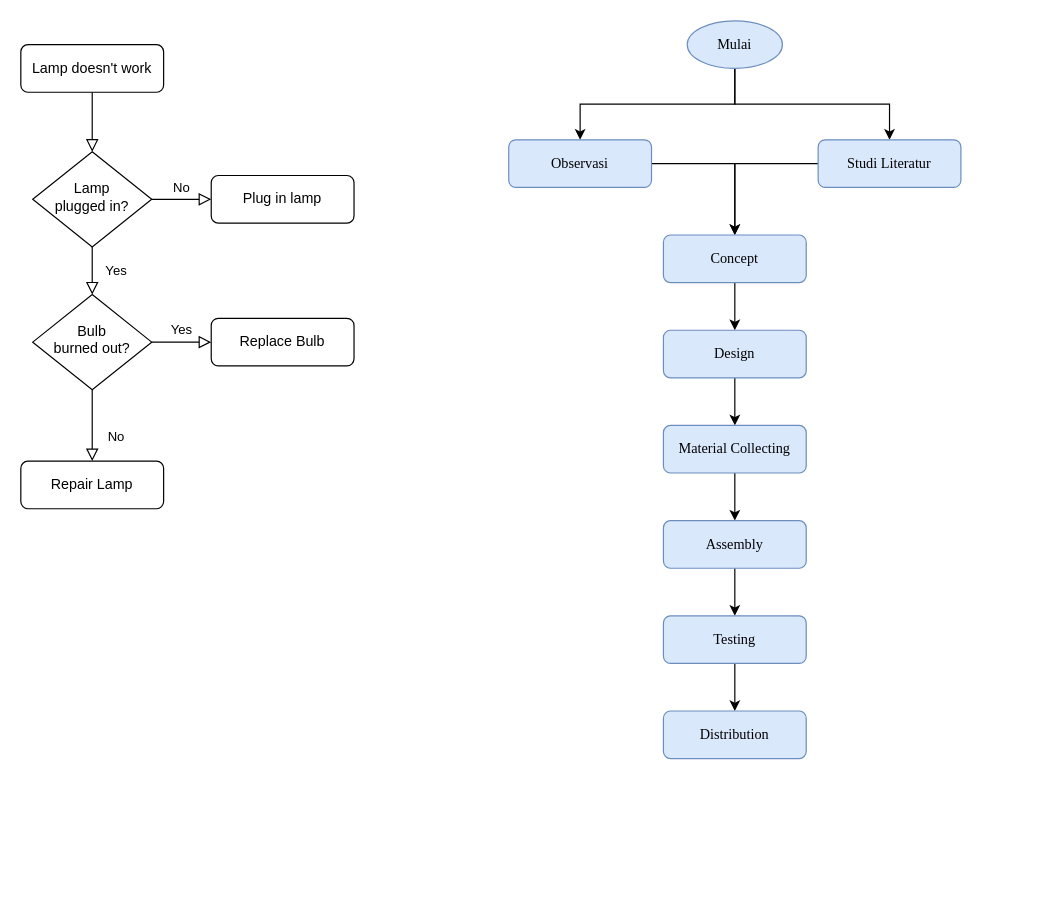
alfatihart/vt-math keeps this draw.io diagram as Untitled Diagram.drawio. Above is the earlier version. Source tidied: cells renumbered, new cells numbered last; positions are measured from the earlier drawing's top-left corner, leaving out a move shared by most shapes. Both pictures are drawn from the tidied source at 119%, with x=0, y=0 at pixel (20, 20).
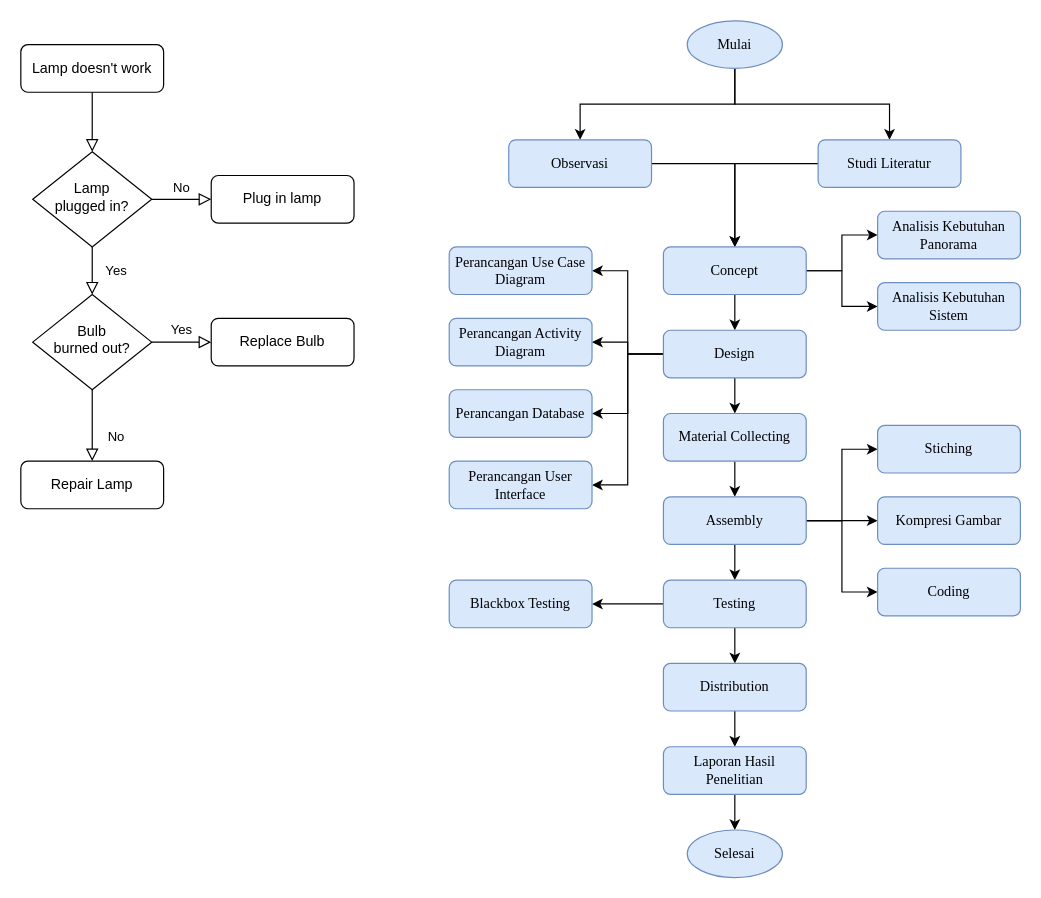
Above is the later version.

The change refers to these unchanged cells:
```xml
<mxCell id="23" value="Design" style="rounded=1;whiteSpace=wrap;html=1;fillColor=#dae8fc;strokeColor=#6c8ebf;fontFamily=Times New Roman;" parent="1" vertex="1">
  <mxGeometry x="540" y="260" width="120" height="40" as="geometry" />
</mxCell>
```

The edit, as a diff of the source:
```diff
@@
+    <mxCell id="31" style="edgeStyle=orthogonalEdgeStyle;rounded=0;jettySize=auto;html=1;exitX=1;exitY=0.5;exitDx=0;exitDy=0;entryX=0;entryY=0.5;entryDx=0;entryDy=0;" parent="1" edge="1" source="21" target="50">
+      <mxGeometry relative="1" as="geometry" />
+    </mxCell>
+    <mxCell id="32" style="edgeStyle=orthogonalEdgeStyle;rounded=0;jettySize=auto;html=1;exitX=1;exitY=0.5;exitDx=0;exitDy=0;entryX=0;entryY=0.5;entryDx=0;entryDy=0;" parent="1" edge="1" source="21" target="51">
+      <mxGeometry relative="1" as="geometry" />
+    </mxCell>
     <mxCell id="21" value="Concept" style="rounded=1;whiteSpace=wrap;html=1;fillColor=#dae8fc;strokeColor=#6c8ebf;fontFamily=Times New Roman;" parent="1" vertex="1">
-      <mxGeometry x="540" y="180" width="120" height="40" as="geometry" />
+      <mxGeometry x="540" y="190" width="120" height="40" as="geometry" />
     </mxCell>
@@
+    <mxCell id="33" style="edgeStyle=orthogonalEdgeStyle;rounded=0;jettySize=auto;html=1;exitX=0;exitY=0.5;exitDx=0;exitDy=0;entryX=1;entryY=0.5;entryDx=0;entryDy=0;" parent="1" edge="1" source="23" target="48">
+      <mxGeometry relative="1" as="geometry" />
+    </mxCell>
+    <mxCell id="34" style="edgeStyle=orthogonalEdgeStyle;rounded=0;jettySize=auto;html=1;exitX=0;exitY=0.5;exitDx=0;exitDy=0;entryX=1;entryY=0.5;entryDx=0;entryDy=0;" parent="1" edge="1" source="23" target="47">
+      <mxGeometry relative="1" as="geometry" />
+    </mxCell>
+    <mxCell id="35" style="edgeStyle=orthogonalEdgeStyle;rounded=0;jettySize=auto;html=1;exitX=0;exitY=0.5;exitDx=0;exitDy=0;entryX=1;entryY=0.5;entryDx=0;entryDy=0;" parent="1" edge="1" source="23" target="46">
+      <mxGeometry relative="1" as="geometry" />
+    </mxCell>
+    <mxCell id="36" style="edgeStyle=orthogonalEdgeStyle;rounded=0;jettySize=auto;html=1;exitX=0;exitY=0.5;exitDx=0;exitDy=0;entryX=1;entryY=0.5;entryDx=0;entryDy=0;" parent="1" edge="1" source="23" target="45">
+      <mxGeometry relative="1" as="geometry" />
+    </mxCell>
@@
     <mxCell id="25" value="Material Collecting" style="rounded=1;whiteSpace=wrap;html=1;fillColor=#dae8fc;strokeColor=#6c8ebf;fontFamily=Times New Roman;" parent="1" vertex="1">
-      <mxGeometry x="540" y="340" width="120" height="40" as="geometry" />
+      <mxGeometry x="540" y="330" width="120" height="40" as="geometry" />
     </mxCell>
@@
+    <mxCell id="37" style="edgeStyle=orthogonalEdgeStyle;rounded=0;jettySize=auto;html=1;exitX=1;exitY=0.5;exitDx=0;exitDy=0;entryX=0;entryY=0.5;entryDx=0;entryDy=0;" parent="1" edge="1" source="27" target="52">
+      <mxGeometry relative="1" as="geometry" />
+    </mxCell>
+    <mxCell id="38" style="edgeStyle=orthogonalEdgeStyle;rounded=0;jettySize=auto;html=1;exitX=1;exitY=0.5;exitDx=0;exitDy=0;entryX=0;entryY=0.5;entryDx=0;entryDy=0;" parent="1" edge="1" source="27" target="53">
+      <mxGeometry relative="1" as="geometry" />
+    </mxCell>
+    <mxCell id="39" style="edgeStyle=orthogonalEdgeStyle;rounded=0;jettySize=auto;html=1;exitX=1;exitY=0.5;exitDx=0;exitDy=0;entryX=0;entryY=0.5;entryDx=0;entryDy=0;" parent="1" edge="1" source="27" target="54">
+      <mxGeometry relative="1" as="geometry" />
+    </mxCell>
     <mxCell id="27" value="Assembly" style="rounded=1;whiteSpace=wrap;html=1;fillColor=#dae8fc;strokeColor=#6c8ebf;fontFamily=Times New Roman;" parent="1" vertex="1">
-      <mxGeometry x="540" y="420" width="120" height="40" as="geometry" />
+      <mxGeometry x="540" y="400" width="120" height="40" as="geometry" />
     </mxCell>
@@
+    <mxCell id="40" style="edgeStyle=orthogonalEdgeStyle;rounded=0;jettySize=auto;html=1;exitX=0;exitY=0.5;exitDx=0;exitDy=0;entryX=1;entryY=0.5;entryDx=0;entryDy=0;" parent="1" edge="1" source="29" target="44">
+      <mxGeometry relative="1" as="geometry" />
+    </mxCell>
     <mxCell id="29" value="Testing" style="rounded=1;whiteSpace=wrap;html=1;fillColor=#dae8fc;strokeColor=#6c8ebf;fontFamily=Times New Roman;" parent="1" vertex="1">
-      <mxGeometry x="540" y="500" width="120" height="40" as="geometry" />
+      <mxGeometry x="540" y="470" width="120" height="40" as="geometry" />
     </mxCell>
+    <mxCell id="41" style="edgeStyle=orthogonalEdgeStyle;rounded=0;jettySize=auto;html=1;exitX=0.5;exitY=1;exitDx=0;exitDy=0;entryX=0.5;entryY=0;entryDx=0;entryDy=0;" parent="1" edge="1" source="30" target="43">
+      <mxGeometry relative="1" as="geometry" />
+    </mxCell>
     <mxCell id="30" value="Distribution" style="rounded=1;whiteSpace=wrap;html=1;fillColor=#dae8fc;strokeColor=#6c8ebf;fontFamily=Times New Roman;" parent="1" vertex="1">
-      <mxGeometry x="540" y="580" width="120" height="40" as="geometry" />
+      <mxGeometry x="540" y="540" width="120" height="40" as="geometry" />
     </mxCell>
+    <mxCell id="42" style="edgeStyle=orthogonalEdgeStyle;rounded=0;jettySize=auto;html=1;exitX=0.5;exitY=1;exitDx=0;exitDy=0;entryX=0.5;entryY=0;entryDx=0;entryDy=0;" parent="1" edge="1" source="43" target="49">
+      <mxGeometry relative="1" as="geometry" />
+    </mxCell>
+    <mxCell id="43" value="Laporan Hasil Penelitian" style="rounded=1;whiteSpace=wrap;html=1;fillColor=#dae8fc;strokeColor=#6c8ebf;fontFamily=Times New Roman;" parent="1" vertex="1">
+      <mxGeometry x="540" y="610" width="120" height="40" as="geometry" />
+    </mxCell>
+    <mxCell id="44" value="Blackbox Testing" style="rounded=1;whiteSpace=wrap;html=1;fillColor=#dae8fc;strokeColor=#6c8ebf;fontFamily=Times New Roman;" parent="1" vertex="1">
+      <mxGeometry x="360" y="470" width="120" height="40" as="geometry" />
+    </mxCell>
+    <mxCell id="45" value="Perancangan Use Case Diagram" style="rounded=1;whiteSpace=wrap;html=1;fillColor=#dae8fc;strokeColor=#6c8ebf;fontFamily=Times New Roman;" parent="1" vertex="1">
+      <mxGeometry x="360" y="190" width="120" height="40" as="geometry" />
+    </mxCell>
+    <mxCell id="46" value="Perancangan Activity Diagram" style="rounded=1;whiteSpace=wrap;html=1;fillColor=#dae8fc;strokeColor=#6c8ebf;fontFamily=Times New Roman;" parent="1" vertex="1">
+      <mxGeometry x="360" y="250" width="120" height="40" as="geometry" />
+    </mxCell>
+    <mxCell id="47" value="Perancangan Database" style="rounded=1;whiteSpace=wrap;html=1;fillColor=#dae8fc;strokeColor=#6c8ebf;fontFamily=Times New Roman;" parent="1" vertex="1">
+      <mxGeometry x="360" y="310" width="120" height="40" as="geometry" />
+    </mxCell>
+    <mxCell id="48" value="Perancangan User Interface" style="rounded=1;whiteSpace=wrap;html=1;fillColor=#dae8fc;strokeColor=#6c8ebf;fontFamily=Times New Roman;" parent="1" vertex="1">
+      <mxGeometry x="360" y="370" width="120" height="40" as="geometry" />
+    </mxCell>
+    <mxCell id="49" value="Selesai" style="ellipse;whiteSpace=wrap;html=1;fontFamily=Times New Roman;labelBackgroundColor=none;labelBorderColor=none;fillColor=#dae8fc;strokeColor=#6c8ebf;" parent="1" vertex="1">
+      <mxGeometry x="560" y="680" width="80" height="40" as="geometry" />
+    </mxCell>
+    <mxCell id="50" value="Analisis Kebutuhan Panorama" style="rounded=1;whiteSpace=wrap;html=1;fillColor=#dae8fc;strokeColor=#6c8ebf;fontFamily=Times New Roman;" parent="1" vertex="1">
+      <mxGeometry x="720" y="160" width="120" height="40" as="geometry" />
+    </mxCell>
+    <mxCell id="51" value="Analisis Kebutuhan Sistem" style="rounded=1;whiteSpace=wrap;html=1;fillColor=#dae8fc;strokeColor=#6c8ebf;fontFamily=Times New Roman;" parent="1" vertex="1">
+      <mxGeometry x="720" y="220" width="120" height="40" as="geometry" />
+    </mxCell>
+    <mxCell id="52" value="Stiching" style="rounded=1;whiteSpace=wrap;html=1;fillColor=#dae8fc;strokeColor=#6c8ebf;fontFamily=Times New Roman;" parent="1" vertex="1">
+      <mxGeometry x="720" y="340" width="120" height="40" as="geometry" />
+    </mxCell>
+    <mxCell id="53" value="Kompresi Gambar" style="rounded=1;whiteSpace=wrap;html=1;fillColor=#dae8fc;strokeColor=#6c8ebf;fontFamily=Times New Roman;" parent="1" vertex="1">
+      <mxGeometry x="720" y="400" width="120" height="40" as="geometry" />
+    </mxCell>
+    <mxCell id="54" value="Coding" style="rounded=1;whiteSpace=wrap;html=1;fillColor=#dae8fc;strokeColor=#6c8ebf;fontFamily=Times New Roman;" parent="1" vertex="1">
+      <mxGeometry x="720" y="460" width="120" height="40" as="geometry" />
+    </mxCell>
```
